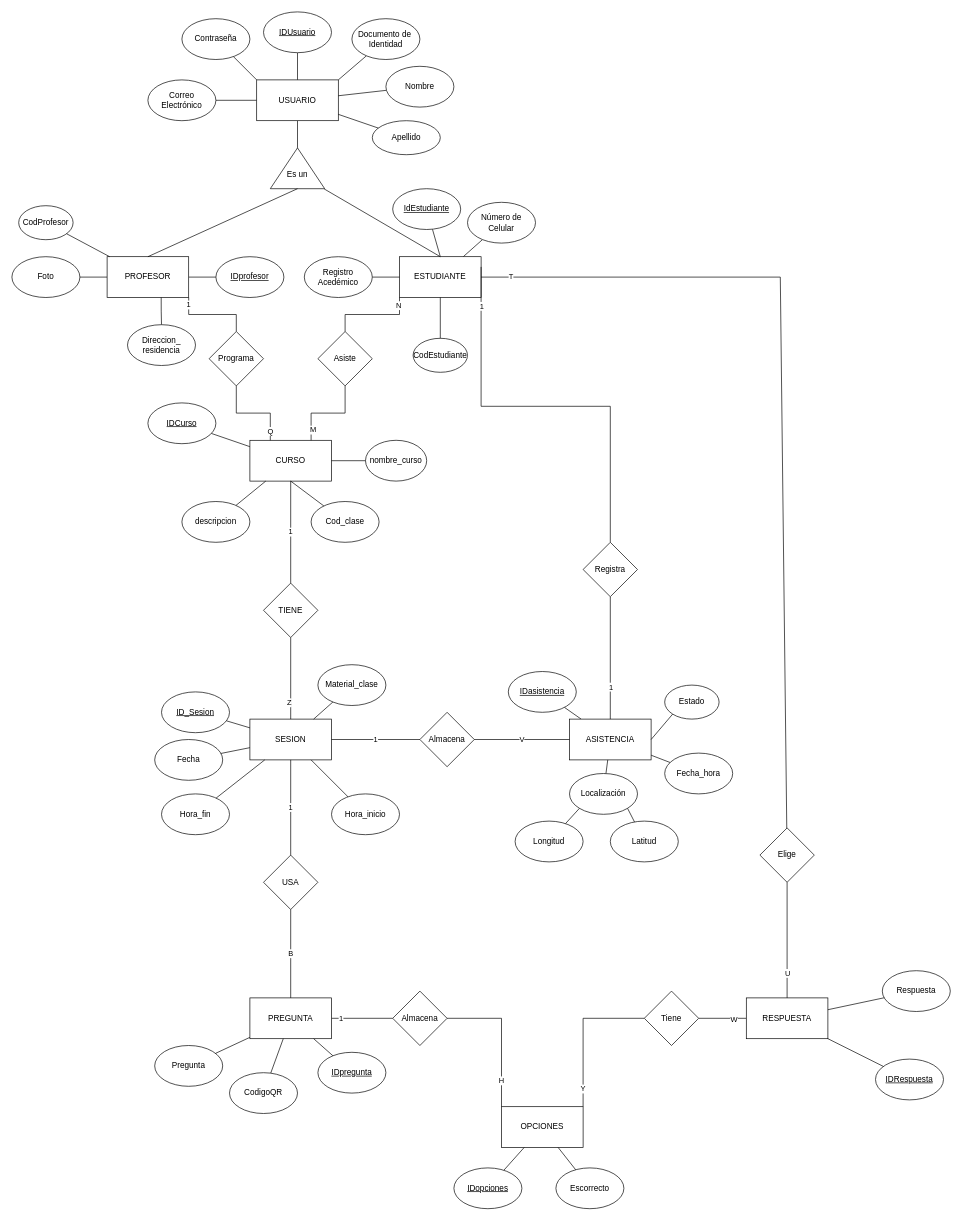
Earlier version of the draw.io diagram Attenzio Entidad-Relación_02.drawio (18luisc/Attenzio). Source tidied: cells renumbered, new cells numbered last; positions are measured from the earlier drawing's top-left corner, leaving out a move shared by most shapes. Both pictures are drawn from the tidied source at 68%, with x=0, y=0 at pixel (12, 12).
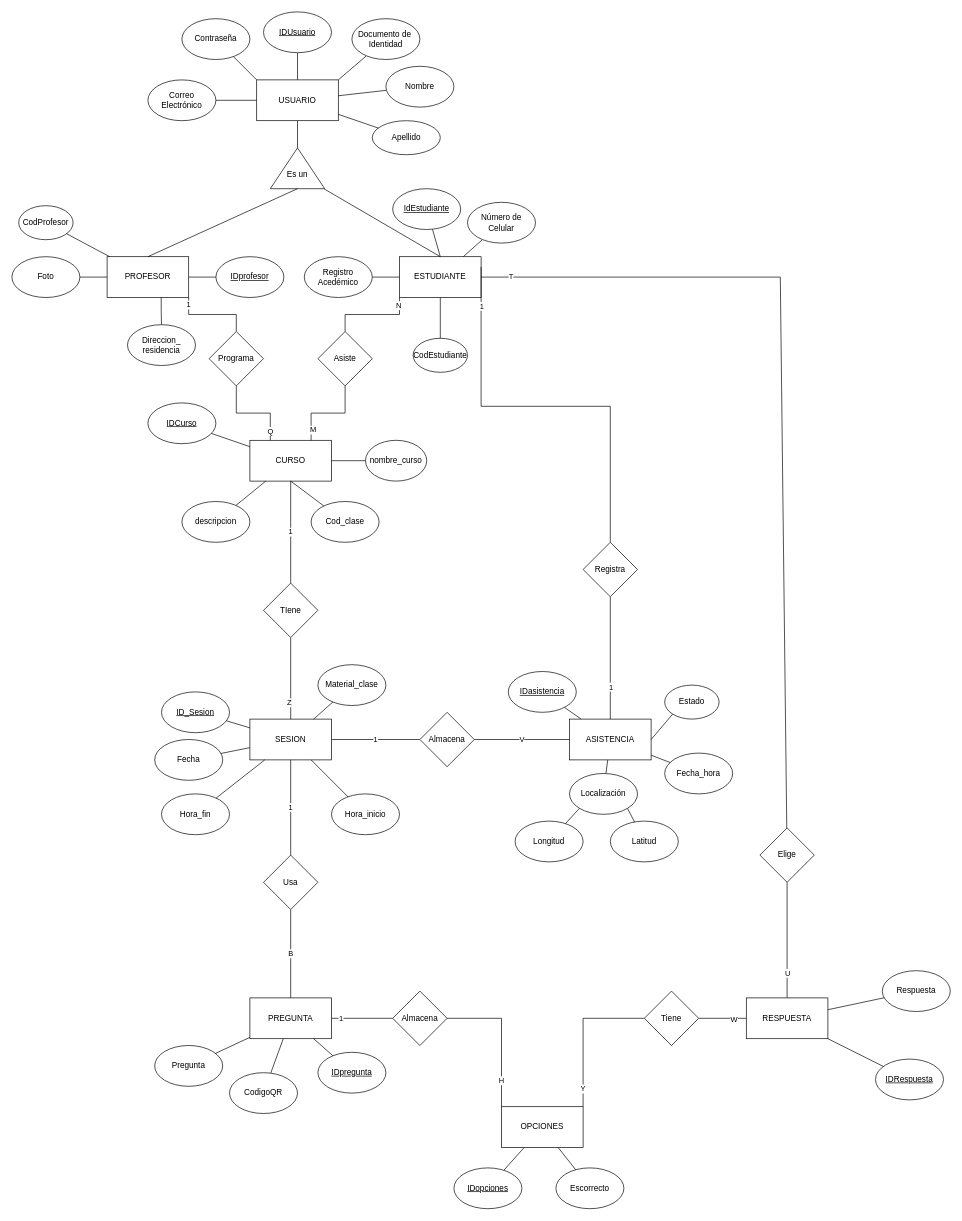
Above is the later version.

Commit message:
Corrección nombre de relaciones

What changed in the source:
```diff
@@
-    <mxCell id="85" value="TIENE" style="rhombus;whiteSpace=wrap;html=1;" parent="1" vertex="1">
+    <mxCell id="85" value="TIene" style="rhombus;whiteSpace=wrap;html=1;" parent="1" vertex="1">
       <mxGeometry x="370" y="840" width="80" height="80" as="geometry" />
     </mxCell>
@@
-    <mxCell id="97" value="USA" style="rhombus;whiteSpace=wrap;html=1;" parent="1" vertex="1">
+    <mxCell id="97" value="Usa" style="rhombus;whiteSpace=wrap;html=1;" parent="1" vertex="1">
       <mxGeometry x="370" y="1240" width="80" height="80" as="geometry" />
     </mxCell>
```
